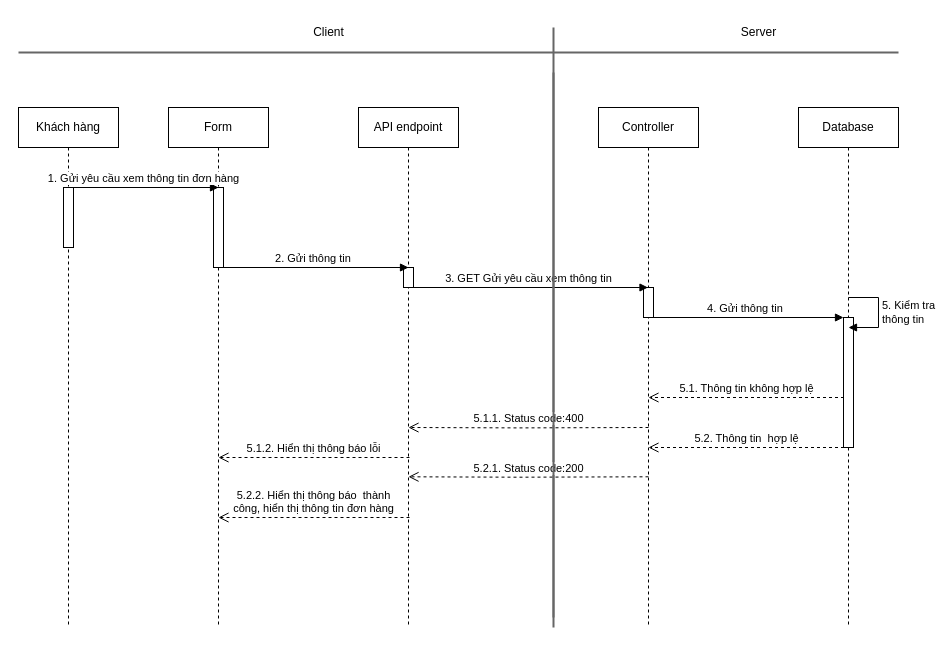
This is page "Page-4" (4 of 4) of SD/SD_QUANLYDONHANG.drawio from hieuNV0871/da, a draw.io file, before an edit. Source tidied: cells renumbered, new cells numbered last; positions are measured from the earlier drawing's top-left corner, leaving out a move shared by most shapes. Both pictures are drawn from the tidied source at 100%, with x=0, y=0 at pixel (18, 17).
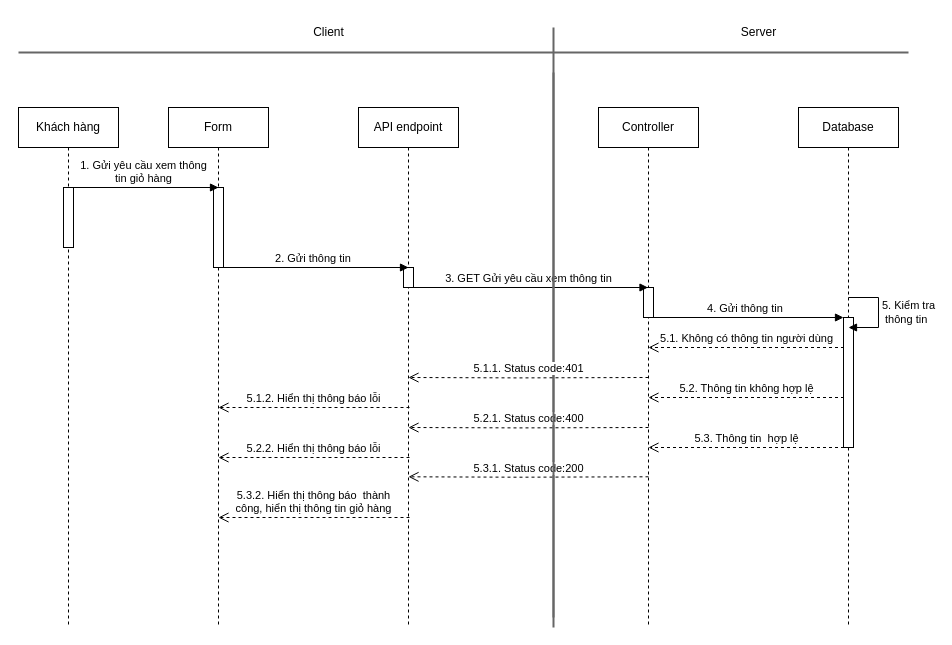
The same diagram, later.

What changed in the source:
```diff
@@
-    <mxCell id="8" value="1. Gửi yêu cầu xem thông tin đơn hàng" style="html=1;verticalAlign=bottom;endArrow=block;curved=0;rounded=0;" parent="1" edge="1">
-      <mxGeometry relative="1" as="geometry">
-        <mxPoint x="50" y="170" as="sourcePoint" />
-        <mxPoint x="200" y="170" as="targetPoint" />
-      </mxGeometry>
-    </mxCell>
+    <mxCell id="28" value="1. Gửi yêu cầu xem thông&lt;br&gt;tin giỏ hàng" style="html=1;verticalAlign=bottom;endArrow=block;curved=0;rounded=0;" parent="1" edge="1">
+      <mxGeometry relative="1" as="geometry">
+        <mxPoint x="50" y="170" as="sourcePoint" />
+        <mxPoint x="200" y="170" as="targetPoint" />
+      </mxGeometry>
+    </mxCell>
@@
-    <mxCell id="12" style="line;strokeWidth=2;html=1;fillColor=#f5f5f5;fontColor=#333333;strokeColor=#666666;" parent="1" vertex="1">
-      <mxGeometry y="30" width="880" height="10" as="geometry" />
-    </mxCell>
+    <mxCell id="29" style="line;strokeWidth=2;html=1;fillColor=#f5f5f5;fontColor=#333333;strokeColor=#666666;" parent="1" vertex="1">
+      <mxGeometry y="30" width="890" height="10" as="geometry" />
+    </mxCell>
@@
-    <mxCell id="19" value="5. Kiểm tra&lt;br&gt;thông tin" style="html=1;align=left;spacingLeft=2;endArrow=block;rounded=0;edgeStyle=orthogonalEdgeStyle;curved=0;rounded=0;" parent="1" edge="1">
+    <mxCell id="19" value="5. Kiểm tra&lt;br&gt;&amp;nbsp;thông tin" style="html=1;align=left;spacingLeft=2;endArrow=block;rounded=0;edgeStyle=orthogonalEdgeStyle;curved=0;rounded=0;" parent="1" edge="1">
       <mxGeometry relative="1" as="geometry">
         <mxPoint x="830" y="280" as="sourcePoint" />
         <mxPoint x="830" y="310" as="targetPoint" />
         <Array as="points">
           <mxPoint x="860" y="310" />
         </Array>
       </mxGeometry>
     </mxCell>
@@
-    <mxCell id="21" value="5.1. Thông tin không hợp lệ" style="html=1;verticalAlign=bottom;endArrow=open;dashed=1;endSize=8;curved=0;rounded=0;" parent="1" edge="1">
-      <mxGeometry relative="1" as="geometry">
-        <mxPoint x="825.5" y="380" as="sourcePoint" />
-        <mxPoint x="630" y="380" as="targetPoint" />
-      </mxGeometry>
-    </mxCell>
-    <mxCell id="22" value="5.1.1. Status code:400" style="html=1;verticalAlign=bottom;endArrow=open;dashed=1;endSize=8;curved=0;rounded=0;" parent="1" edge="1">
-      <mxGeometry relative="1" as="geometry">
-        <mxPoint x="630" y="410" as="sourcePoint" />
-        <mxPoint x="390" y="410" as="targetPoint" />
-        <Array as="points">
-          <mxPoint x="500.5" y="410.4" />
-        </Array>
-      </mxGeometry>
-    </mxCell>
-    <mxCell id="23" value="5.2. Thông tin&amp;nbsp; hợp lệ" style="html=1;verticalAlign=bottom;endArrow=open;dashed=1;endSize=8;curved=0;rounded=0;" parent="1" edge="1">
-      <mxGeometry relative="1" as="geometry">
-        <mxPoint x="825.5" y="430" as="sourcePoint" />
-        <mxPoint x="630" y="430" as="targetPoint" />
-      </mxGeometry>
-    </mxCell>
-    <mxCell id="24" value="5.2.1. Status code:200" style="html=1;verticalAlign=bottom;endArrow=open;dashed=1;endSize=8;curved=0;rounded=0;" parent="1" edge="1">
-      <mxGeometry relative="1" as="geometry">
-        <mxPoint x="630" y="459.3" as="sourcePoint" />
-        <mxPoint x="390" y="459.3" as="targetPoint" />
-        <Array as="points">
-          <mxPoint x="500.5" y="459.7" />
-        </Array>
-      </mxGeometry>
-    </mxCell>
+    <mxCell id="30" value="5.2. Thông tin không hợp lệ" style="html=1;verticalAlign=bottom;endArrow=open;dashed=1;endSize=8;curved=0;rounded=0;" parent="1" edge="1">
+      <mxGeometry relative="1" as="geometry">
+        <mxPoint x="825.5" y="380" as="sourcePoint" />
+        <mxPoint x="630" y="380" as="targetPoint" />
+      </mxGeometry>
+    </mxCell>
+    <mxCell id="31" value="5.2.1. Status code:400" style="html=1;verticalAlign=bottom;endArrow=open;dashed=1;endSize=8;curved=0;rounded=0;" parent="1" edge="1">
+      <mxGeometry relative="1" as="geometry">
+        <mxPoint x="630" y="410" as="sourcePoint" />
+        <mxPoint x="390" y="410" as="targetPoint" />
+        <Array as="points">
+          <mxPoint x="500.5" y="410.4" />
+        </Array>
+      </mxGeometry>
+    </mxCell>
+    <mxCell id="32" value="5.3. Thông tin&amp;nbsp; hợp lệ" style="html=1;verticalAlign=bottom;endArrow=open;dashed=1;endSize=8;curved=0;rounded=0;" parent="1" edge="1">
+      <mxGeometry relative="1" as="geometry">
+        <mxPoint x="825.5" y="430" as="sourcePoint" />
+        <mxPoint x="630" y="430" as="targetPoint" />
+      </mxGeometry>
+    </mxCell>
+    <mxCell id="33" value="5.3.1. Status code:200" style="html=1;verticalAlign=bottom;endArrow=open;dashed=1;endSize=8;curved=0;rounded=0;" parent="1" edge="1">
+      <mxGeometry relative="1" as="geometry">
+        <mxPoint x="630" y="459.3" as="sourcePoint" />
+        <mxPoint x="390" y="459.3" as="targetPoint" />
+        <Array as="points">
+          <mxPoint x="500.5" y="459.7" />
+        </Array>
+      </mxGeometry>
+    </mxCell>
@@
+    <mxCell id="34" value="5.2.2. Hiển thị thông báo lỗi" style="html=1;verticalAlign=bottom;endArrow=open;dashed=1;endSize=8;curved=0;rounded=0;" parent="1" edge="1">
+      <mxGeometry relative="1" as="geometry">
+        <mxPoint x="391" y="440" as="sourcePoint" />
+        <mxPoint x="200" y="440" as="targetPoint" />
+      </mxGeometry>
+    </mxCell>
+    <mxCell id="35" value="5.3.2. Hiển thị thông báo&amp;nbsp; thành&lt;br&gt;công, hiển thị thông tin giỏ hàng" style="html=1;verticalAlign=bottom;endArrow=open;dashed=1;endSize=8;curved=0;rounded=0;" parent="1" edge="1">
+      <mxGeometry relative="1" as="geometry">
+        <mxPoint x="391" y="500" as="sourcePoint" />
+        <mxPoint x="200" y="500" as="targetPoint" />
+      </mxGeometry>
+    </mxCell>
+    <mxCell id="36" value="5.1. Không có thông tin người dùng" style="html=1;verticalAlign=bottom;endArrow=open;dashed=1;endSize=8;curved=0;rounded=0;" parent="1" edge="1">
+      <mxGeometry relative="1" as="geometry">
+        <mxPoint x="825.5" y="330" as="sourcePoint" />
+        <mxPoint x="630" y="330" as="targetPoint" />
+      </mxGeometry>
+    </mxCell>
+    <mxCell id="37" value="5.1.1. Status code:401" style="html=1;verticalAlign=bottom;endArrow=open;dashed=1;endSize=8;curved=0;rounded=0;" parent="1" edge="1">
+      <mxGeometry relative="1" as="geometry">
+        <mxPoint x="630" y="360" as="sourcePoint" />
+        <mxPoint x="390" y="360" as="targetPoint" />
+        <Array as="points">
+          <mxPoint x="500.5" y="360.4" />
+        </Array>
+      </mxGeometry>
+    </mxCell>
     <mxCell id="26" value="5.1.2. Hiển thị thông báo lỗi" style="html=1;verticalAlign=bottom;endArrow=open;dashed=1;endSize=8;curved=0;rounded=0;" parent="1" edge="1">
       <mxGeometry relative="1" as="geometry">
-        <mxPoint x="391" y="440" as="sourcePoint" />
-        <mxPoint x="200" y="440" as="targetPoint" />
+        <mxPoint x="391" y="390" as="sourcePoint" />
+        <mxPoint x="200" y="390" as="targetPoint" />
       </mxGeometry>
     </mxCell>
-    <mxCell id="27" value="5.2.2. Hiển thị thông báo&amp;nbsp; thành&lt;br&gt;công, hiển thị thông tin đơn hàng" style="html=1;verticalAlign=bottom;endArrow=open;dashed=1;endSize=8;curved=0;rounded=0;" parent="1" edge="1">
-      <mxGeometry relative="1" as="geometry">
-        <mxPoint x="391" y="500" as="sourcePoint" />
-        <mxPoint x="200" y="500" as="targetPoint" />
-      </mxGeometry>
-    </mxCell>
```
